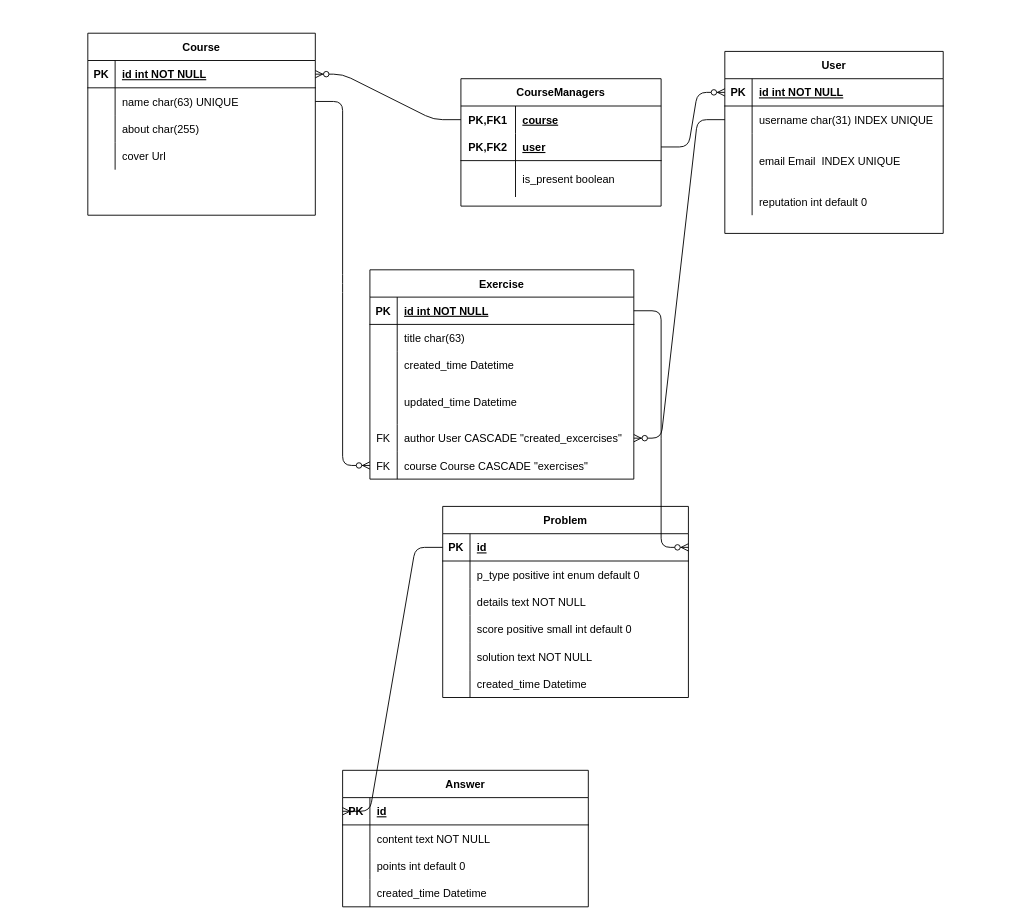
Before: Untitled Diagram.drawio in xiayulu/models, a draw.io diagram. Source tidied: cells renumbered, new cells numbered last; positions are measured from the earlier drawing's top-left corner, leaving out a move shared by most shapes. Both pictures are drawn from the tidied source at 91%, with x=0, y=0 at pixel (87, 33).
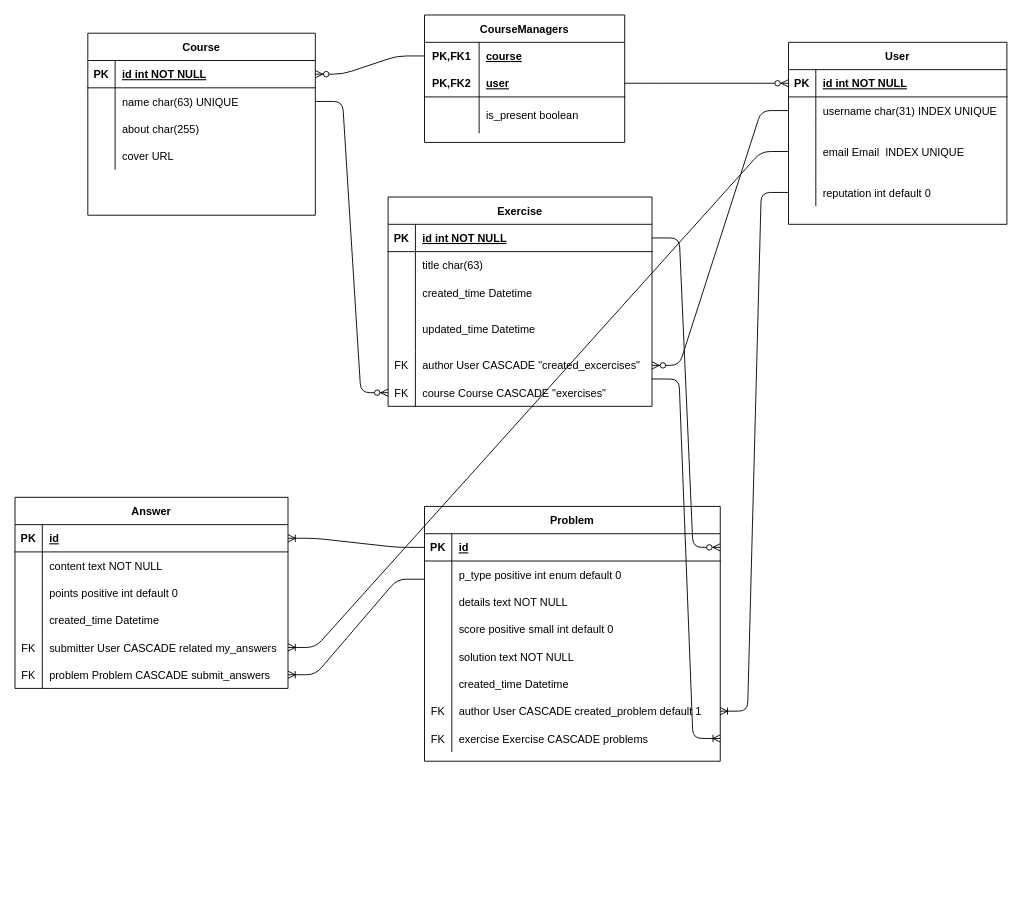
After the change.

The change refers to these unchanged cells:
```xml
<mxCell id="12" style="shape=partialRectangle;fillColor=none;top=0;left=0;bottom=0;right=0;align=center;" parent="2" vertex="1">
  <mxGeometry y="120" width="250" height="30" as="geometry" />
</mxCell>
<mxCell id="31" style="shape=partialRectangle;fillColor=none;top=0;left=0;bottom=0;right=0;points=[[0,0.5],[1,0.5]];portConstraint=eastwest;align=center;" parent="15" vertex="1">
  <mxGeometry y="200" width="290" height="30" as="geometry" />
</mxCell>
<mxCell id="41" style="shape=partialRectangle;fillColor=none;top=0;left=0;bottom=0;right=0;points=[[0,0.5],[1,0.5]];portConstraint=eastwest;align=center;" parent="34" vertex="1">
  <mxGeometry y="90" width="240" height="60" as="geometry" />
</mxCell>
<mxCell id="44" style="shape=partialRectangle;fillColor=none;top=0;left=0;bottom=0;right=0;points=[[0,0.5],[1,0.5]];portConstraint=eastwest;align=center;" parent="34" vertex="1">
  <mxGeometry y="150" width="240" height="30" as="geometry" />
</mxCell>
```

Diff of the diagram source:
```diff
@@
-    <mxCell id="14" value="cover Url" style="shape=partialRectangle;fillColor=none;top=0;left=0;bottom=0;right=0;align=left;spacingLeft=6;overflow=hidden;" parent="12" vertex="1">
+    <mxCell id="14" value="cover URL" style="shape=partialRectangle;fillColor=none;top=0;left=0;bottom=0;right=0;align=left;spacingLeft=6;overflow=hidden;" parent="12" vertex="1">
       <mxGeometry x="30" width="220" height="30" as="geometry" />
     </mxCell>
     <mxCell id="15" value="Exercise" style="shape=table;startSize=30;childLayout=tableLayout;rowLines=0;fontStyle=1;align=center;" parent="1" vertex="1">
-      <mxGeometry x="310" y="260" width="290" height="230" as="geometry" />
+      <mxGeometry x="330" y="180" width="290" height="230" as="geometry" />
     </mxCell>
@@
     <mxCell id="34" value="User" style="shape=table;startSize=30;childLayout=tableLayout;rowLines=0;fontStyle=1;align=center;" parent="1" vertex="1">
-      <mxGeometry x="700" y="20" width="240" height="200" as="geometry" />
+      <mxGeometry x="770" y="10" width="240" height="200" as="geometry" />
     </mxCell>
@@
     <mxCell id="47" value="Problem" style="shape=table;startSize=30;childLayout=tableLayout;rowLines=0;fontStyle=1;align=center;" parent="1" vertex="1">
-      <mxGeometry x="390" y="520" width="270" height="210" as="geometry" />
+      <mxGeometry x="370" y="520" width="325" height="280" as="geometry" />
     </mxCell>
     <mxCell id="48" style="shape=partialRectangle;fillColor=none;top=0;left=0;bottom=1;right=0;points=[[0,0.5],[1,0.5]];portConstraint=eastwest;" parent="47" vertex="1">
-      <mxGeometry y="30" width="270" height="30" as="geometry" />
+      <mxGeometry y="30" width="325" height="30" as="geometry" />
     </mxCell>
@@
     <mxCell id="50" value="id" style="shape=partialRectangle;fillColor=none;top=0;left=0;bottom=0;right=0;align=left;spacingLeft=6;fontStyle=5;overflow=hidden;" parent="48" vertex="1">
-      <mxGeometry x="30" width="240" height="30" as="geometry" />
+      <mxGeometry x="30" width="295" height="30" as="geometry" />
     </mxCell>
     <mxCell id="51" style="shape=partialRectangle;fillColor=none;top=0;left=0;bottom=0;right=0;points=[[0,0.5],[1,0.5]];portConstraint=eastwest;" parent="47" vertex="1">
-      <mxGeometry y="60" width="270" height="30" as="geometry" />
+      <mxGeometry y="60" width="325" height="30" as="geometry" />
     </mxCell>
@@
     <mxCell id="53" value="p_type positive int enum default 0" style="shape=partialRectangle;fillColor=none;top=0;left=0;bottom=0;right=0;align=left;spacingLeft=6;overflow=hidden;" parent="51" vertex="1">
-      <mxGeometry x="30" width="240" height="30" as="geometry" />
+      <mxGeometry x="30" width="295" height="30" as="geometry" />
     </mxCell>
     <mxCell id="54" style="shape=partialRectangle;fillColor=none;top=0;left=0;bottom=0;right=0;" parent="47" vertex="1">
-      <mxGeometry y="90" width="270" height="30" as="geometry" />
+      <mxGeometry y="90" width="325" height="30" as="geometry" />
     </mxCell>
@@
     <mxCell id="56" value="details text NOT NULL" style="shape=partialRectangle;fillColor=none;top=0;left=0;bottom=0;right=0;align=left;spacingLeft=6;overflow=hidden;" parent="54" vertex="1">
-      <mxGeometry x="30" width="240" height="30" as="geometry" />
+      <mxGeometry x="30" width="295" height="30" as="geometry" />
     </mxCell>
     <mxCell id="57" style="shape=partialRectangle;fillColor=none;top=0;left=0;bottom=0;right=0;" parent="47" vertex="1">
-      <mxGeometry y="120" width="270" height="30" as="geometry" />
+      <mxGeometry y="120" width="325" height="30" as="geometry" />
     </mxCell>
@@
     <mxCell id="59" value="score positive small int default 0" style="shape=partialRectangle;fillColor=none;top=0;left=0;bottom=0;right=0;align=left;spacingLeft=6;overflow=hidden;" parent="57" vertex="1">
-      <mxGeometry x="30" width="240" height="30" as="geometry" />
+      <mxGeometry x="30" width="295" height="30" as="geometry" />
     </mxCell>
     <mxCell id="60" style="shape=partialRectangle;fillColor=none;top=0;left=0;bottom=0;right=0;" parent="47" vertex="1">
-      <mxGeometry y="150" width="270" height="30" as="geometry" />
+      <mxGeometry y="150" width="325" height="30" as="geometry" />
     </mxCell>
@@
     <mxCell id="62" value="solution text NOT NULL" style="shape=partialRectangle;fillColor=none;top=0;left=0;bottom=0;right=0;align=left;spacingLeft=6;overflow=hidden;" parent="60" vertex="1">
-      <mxGeometry x="30" width="240" height="30" as="geometry" />
+      <mxGeometry x="30" width="295" height="30" as="geometry" />
     </mxCell>
     <mxCell id="63" style="shape=partialRectangle;fillColor=none;top=0;left=0;bottom=0;right=0;align=center;" parent="47" vertex="1">
-      <mxGeometry y="180" width="270" height="30" as="geometry" />
+      <mxGeometry y="180" width="325" height="30" as="geometry" />
     </mxCell>
@@
     <mxCell id="65" value="created_time Datetime" style="shape=partialRectangle;fillColor=none;top=0;left=0;bottom=0;right=0;align=left;spacingLeft=6;overflow=hidden;" parent="63" vertex="1">
-      <mxGeometry x="30" width="240" height="30" as="geometry" />
+      <mxGeometry x="30" width="295" height="30" as="geometry" />
     </mxCell>
+    <mxCell id="95" style="shape=partialRectangle;fillColor=none;top=0;left=0;bottom=0;right=0;points=[[0,0.5],[1,0.5]];portConstraint=eastwest;" parent="47" vertex="1">
+      <mxGeometry y="210" width="325" height="30" as="geometry" />
+    </mxCell>
+    <mxCell id="96" value="FK" style="shape=partialRectangle;fillColor=none;top=0;left=0;bottom=0;right=0;fontStyle=0;overflow=hidden;" parent="95" vertex="1">
+      <mxGeometry width="30" height="30" as="geometry" />
+    </mxCell>
+    <mxCell id="97" value="author User CASCADE created_problem default 1" style="shape=partialRectangle;fillColor=none;top=0;left=0;bottom=0;right=0;align=left;spacingLeft=6;fontStyle=0;overflow=hidden;" parent="95" vertex="1">
+      <mxGeometry x="30" width="295" height="30" as="geometry" />
+    </mxCell>
+    <mxCell id="98" style="shape=partialRectangle;fillColor=none;top=0;left=0;bottom=0;right=0;points=[[0,0.5],[1,0.5]];portConstraint=eastwest;" parent="47" vertex="1">
+      <mxGeometry y="240" width="325" height="30" as="geometry" />
+    </mxCell>
+    <mxCell id="99" value="FK" style="shape=partialRectangle;fillColor=none;top=0;left=0;bottom=0;right=0;fontStyle=0;overflow=hidden;" parent="98" vertex="1">
+      <mxGeometry width="30" height="30" as="geometry" />
+    </mxCell>
+    <mxCell id="100" value="exercise Exercise CASCADE problems" style="shape=partialRectangle;fillColor=none;top=0;left=0;bottom=0;right=0;align=left;spacingLeft=6;fontStyle=0;overflow=hidden;" parent="98" vertex="1">
+      <mxGeometry x="30" width="295" height="30" as="geometry" />
+    </mxCell>
     <mxCell id="66" value="Answer" style="shape=table;startSize=30;childLayout=tableLayout;rowLines=0;fontStyle=1;align=center;" parent="1" vertex="1">
-      <mxGeometry x="280" y="810" width="270" height="150" as="geometry" />
+      <mxGeometry x="-80" y="510" width="300" height="210" as="geometry" />
     </mxCell>
     <mxCell id="67" style="shape=partialRectangle;fillColor=none;top=0;left=0;bottom=1;right=0;points=[[0,0.5],[1,0.5]];portConstraint=eastwest;" parent="66" vertex="1">
-      <mxGeometry y="30" width="270" height="30" as="geometry" />
+      <mxGeometry y="30" width="300" height="30" as="geometry" />
     </mxCell>
@@
     <mxCell id="69" value="id" style="shape=partialRectangle;fillColor=none;top=0;left=0;bottom=0;right=0;align=left;spacingLeft=6;fontStyle=5;overflow=hidden;" parent="67" vertex="1">
-      <mxGeometry x="30" width="240" height="30" as="geometry" />
+      <mxGeometry x="30" width="270" height="30" as="geometry" />
     </mxCell>
     <mxCell id="70" style="shape=partialRectangle;fillColor=none;top=0;left=0;bottom=0;right=0;" parent="66" vertex="1">
-      <mxGeometry y="60" width="270" height="30" as="geometry" />
+      <mxGeometry y="60" width="300" height="30" as="geometry" />
     </mxCell>
@@
     <mxCell id="72" value="content text NOT NULL" style="shape=partialRectangle;fillColor=none;top=0;left=0;bottom=0;right=0;align=left;spacingLeft=6;overflow=hidden;" parent="70" vertex="1">
-      <mxGeometry x="30" width="240" height="30" as="geometry" />
+      <mxGeometry x="30" width="270" height="30" as="geometry" />
     </mxCell>
     <mxCell id="73" style="shape=partialRectangle;fillColor=none;top=0;left=0;bottom=0;right=0;" parent="66" vertex="1">
-      <mxGeometry y="90" width="270" height="30" as="geometry" />
+      <mxGeometry y="90" width="300" height="30" as="geometry" />
     </mxCell>
@@
-    <mxCell id="75" value="points int default 0" style="shape=partialRectangle;fillColor=none;top=0;left=0;bottom=0;right=0;align=left;spacingLeft=6;overflow=hidden;" parent="73" vertex="1">
-      <mxGeometry x="30" width="240" height="30" as="geometry" />
+    <mxCell id="75" value="points positive int default 0" style="shape=partialRectangle;fillColor=none;top=0;left=0;bottom=0;right=0;align=left;spacingLeft=6;overflow=hidden;" parent="73" vertex="1">
+      <mxGeometry x="30" width="270" height="30" as="geometry" />
     </mxCell>
     <mxCell id="76" style="shape=partialRectangle;fillColor=none;top=0;left=0;bottom=0;right=0;" parent="66" vertex="1">
-      <mxGeometry y="120" width="270" height="30" as="geometry" />
+      <mxGeometry y="120" width="300" height="30" as="geometry" />
     </mxCell>
@@
     <mxCell id="78" value="created_time Datetime" style="shape=partialRectangle;fillColor=none;top=0;left=0;bottom=0;right=0;align=left;spacingLeft=6;overflow=hidden;" parent="76" vertex="1">
-      <mxGeometry x="30" width="240" height="30" as="geometry" />
+      <mxGeometry x="30" width="270" height="30" as="geometry" />
     </mxCell>
+    <mxCell id="101" style="shape=partialRectangle;fillColor=none;top=0;left=0;bottom=0;right=0;points=[[0,0.5],[1,0.5]];portConstraint=eastwest;" parent="66" vertex="1">
+      <mxGeometry y="150" width="300" height="30" as="geometry" />
+    </mxCell>
+    <mxCell id="102" value="FK" style="shape=partialRectangle;fillColor=none;top=0;left=0;bottom=0;right=0;fontStyle=0;overflow=hidden;" parent="101" vertex="1">
+      <mxGeometry width="30" height="30" as="geometry" />
+    </mxCell>
+    <mxCell id="103" value="submitter User CASCADE related my_answers" style="shape=partialRectangle;fillColor=none;top=0;left=0;bottom=0;right=0;align=left;spacingLeft=6;fontStyle=0;overflow=hidden;" parent="101" vertex="1">
+      <mxGeometry x="30" width="270" height="30" as="geometry" />
+    </mxCell>
+    <mxCell id="104" style="shape=partialRectangle;fillColor=none;top=0;left=0;bottom=0;right=0;points=[[0,0.5],[1,0.5]];portConstraint=eastwest;" parent="66" vertex="1">
+      <mxGeometry y="180" width="300" height="30" as="geometry" />
+    </mxCell>
+    <mxCell id="105" value="FK" style="shape=partialRectangle;fillColor=none;top=0;left=0;bottom=0;right=0;fontStyle=0;overflow=hidden;" parent="104" vertex="1">
+      <mxGeometry width="30" height="30" as="geometry" />
+    </mxCell>
+    <mxCell id="106" value="problem Problem CASCADE submit_answers" style="shape=partialRectangle;fillColor=none;top=0;left=0;bottom=0;right=0;align=left;spacingLeft=6;fontStyle=0;overflow=hidden;" parent="104" vertex="1">
+      <mxGeometry x="30" width="270" height="30" as="geometry" />
+    </mxCell>
     <mxCell id="79" value="CourseManagers" style="shape=table;startSize=30;childLayout=tableLayout;rowLines=0;fontStyle=1;align=center;" parent="1" vertex="1">
-      <mxGeometry x="410" y="50" width="220" height="140" as="geometry" />
+      <mxGeometry x="370" y="-20" width="220" height="140" as="geometry" />
     </mxCell>
@@
-    <mxCell id="94" style="edgeStyle=entityRelationEdgeStyle;fontSize=12;html=1;endArrow=ERoneToMany;entryX=0;entryY=0.5;entryDx=0;entryDy=0;exitX=0;exitY=0.5;exitDx=0;exitDy=0;" parent="1" edge="1" source="48" target="67">
+    <mxCell id="94" style="edgeStyle=entityRelationEdgeStyle;fontSize=12;html=1;endArrow=ERoneToMany;entryX=1;entryY=0.5;entryDx=0;entryDy=0;exitX=0;exitY=0.5;exitDx=0;exitDy=0;" parent="1" edge="1" source="48" target="67">
       <mxGeometry relative="1" as="geometry" />
     </mxCell>
+    <mxCell id="107" style="edgeStyle=entityRelationEdgeStyle;fontSize=12;html=1;endArrow=ERoneToMany;entryX=1;entryY=0.5;entryDx=0;entryDy=0;exitX=0;exitY=0.5;exitDx=0;exitDy=0;" parent="1" edge="1" source="41" target="101">
+      <mxGeometry relative="1" as="geometry" />
+    </mxCell>
+    <mxCell id="108" style="edgeStyle=entityRelationEdgeStyle;fontSize=12;html=1;endArrow=ERoneToMany;exitX=0;exitY=0.667;exitDx=0;exitDy=0;exitPerimeter=0;entryX=1;entryY=0.5;entryDx=0;entryDy=0;" parent="1" edge="1" source="51" target="104">
+      <mxGeometry relative="1" as="geometry" />
+    </mxCell>
+    <mxCell id="109" style="edgeStyle=entityRelationEdgeStyle;fontSize=12;html=1;endArrow=ERoneToMany;entryX=1;entryY=0.5;entryDx=0;entryDy=0;exitX=0.999;exitY=0;exitDx=0;exitDy=0;exitPerimeter=0;" parent="1" edge="1" source="31" target="98">
+      <mxGeometry relative="1" as="geometry" />
+    </mxCell>
+    <mxCell id="110" style="edgeStyle=entityRelationEdgeStyle;fontSize=12;html=1;endArrow=ERoneToMany;entryX=1;entryY=0.5;entryDx=0;entryDy=0;exitX=0;exitY=0.5;exitDx=0;exitDy=0;" parent="1" edge="1" source="44" target="95">
+      <mxGeometry relative="1" as="geometry" />
+    </mxCell>
```
